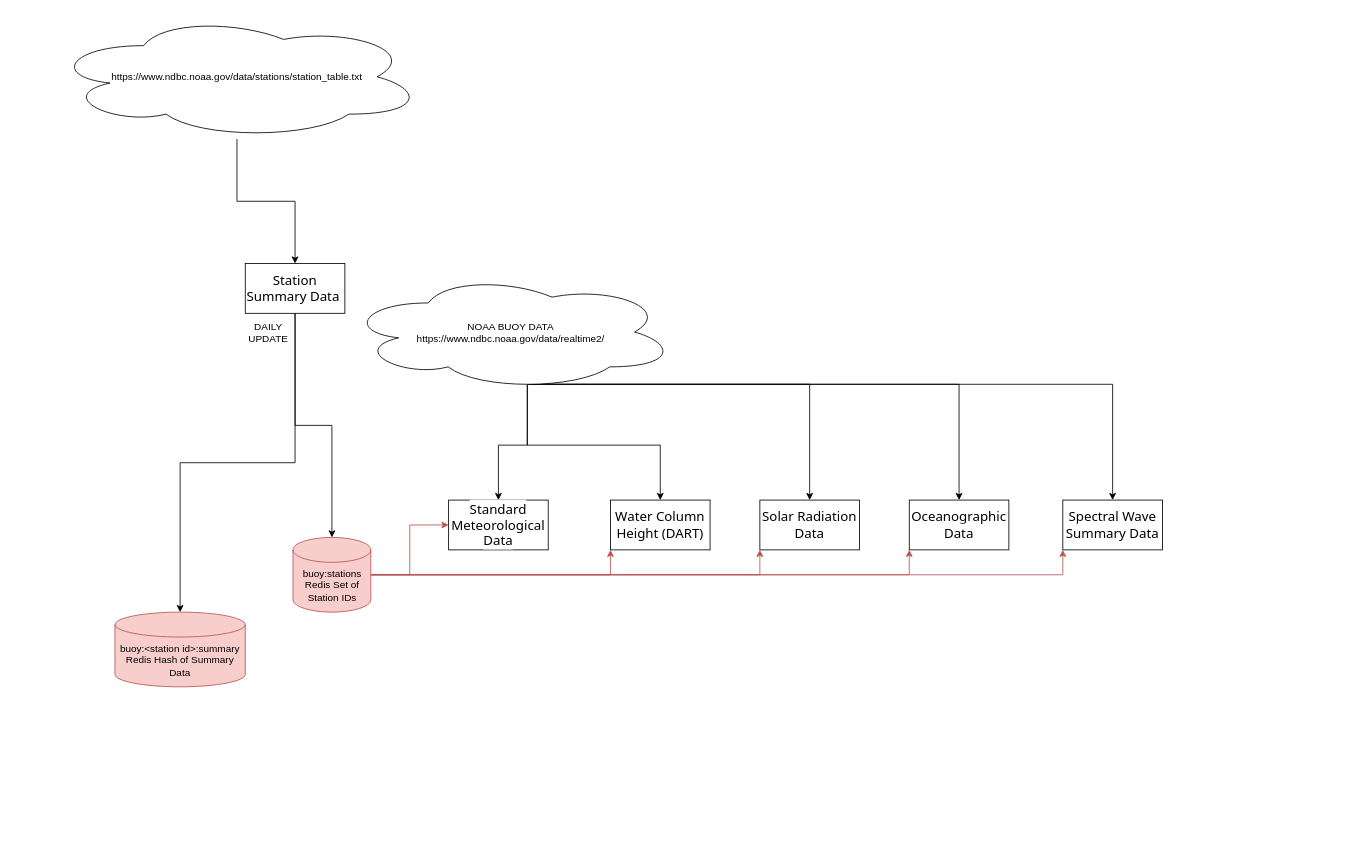
Above: buoy-thoughts.drawio in DevinMB/world-of-buoys-backend-producers (draw.io), before the change. Source tidied: cells renumbered, new cells numbered last; positions are measured from the earlier drawing's top-left corner, leaving out a move shared by most shapes. Both pictures are drawn from the tidied source at 83%, with x=0, y=0 at pixel (50, 14).
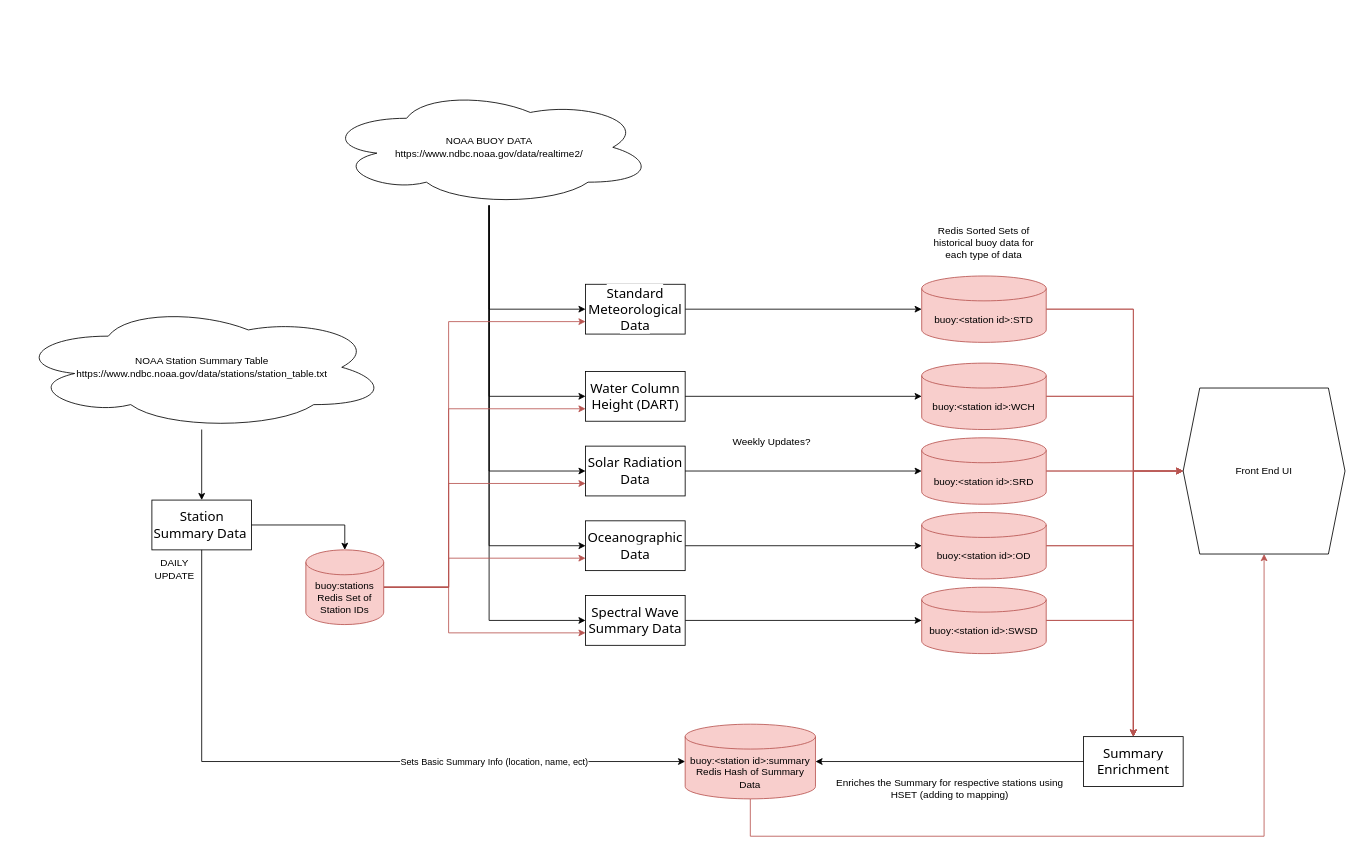
Above is the later version.

The edit, as a diff of the source:
```diff
@@
-    <mxCell id="2" style="edgeStyle=orthogonalEdgeStyle;rounded=0;jettySize=auto;html=1;exitX=0.55;exitY=0.95;exitDx=0;exitDy=0;exitPerimeter=0;" parent="1" edge="1" source="7" target="8">
+    <mxCell id="2" style="edgeStyle=orthogonalEdgeStyle;rounded=0;jettySize=auto;html=1;entryX=0;entryY=0.5;entryDx=0;entryDy=0;" parent="1" edge="1" source="7" target="8">
       <mxGeometry relative="1" as="geometry" />
     </mxCell>
-    <mxCell id="3" style="edgeStyle=orthogonalEdgeStyle;rounded=0;jettySize=auto;html=1;entryX=0.5;entryY=0;entryDx=0;entryDy=0;exitX=0.55;exitY=0.95;exitDx=0;exitDy=0;exitPerimeter=0;" parent="1" edge="1" source="7" target="9">
+    <mxCell id="3" style="edgeStyle=orthogonalEdgeStyle;rounded=0;jettySize=auto;html=1;entryX=0;entryY=0.5;entryDx=0;entryDy=0;" parent="1" edge="1" source="7" target="9">
       <mxGeometry relative="1" as="geometry" />
     </mxCell>
-    <mxCell id="4" style="edgeStyle=orthogonalEdgeStyle;rounded=0;jettySize=auto;html=1;entryX=0.5;entryY=0;entryDx=0;entryDy=0;exitX=0.55;exitY=0.95;exitDx=0;exitDy=0;exitPerimeter=0;" parent="1" edge="1" source="7" target="10">
+    <mxCell id="4" style="edgeStyle=orthogonalEdgeStyle;rounded=0;jettySize=auto;html=1;entryX=0;entryY=0.5;entryDx=0;entryDy=0;" parent="1" edge="1" source="7" target="10">
       <mxGeometry relative="1" as="geometry" />
     </mxCell>
-    <mxCell id="5" style="edgeStyle=orthogonalEdgeStyle;rounded=0;jettySize=auto;html=1;entryX=0.5;entryY=0;entryDx=0;entryDy=0;exitX=0.55;exitY=0.95;exitDx=0;exitDy=0;exitPerimeter=0;" parent="1" edge="1" source="7" target="11">
+    <mxCell id="5" style="edgeStyle=orthogonalEdgeStyle;rounded=0;jettySize=auto;html=1;entryX=0;entryY=0.5;entryDx=0;entryDy=0;" parent="1" edge="1" source="7" target="11">
       <mxGeometry relative="1" as="geometry" />
     </mxCell>
-    <mxCell id="6" style="edgeStyle=orthogonalEdgeStyle;rounded=0;jettySize=auto;html=1;entryX=0.5;entryY=0;entryDx=0;entryDy=0;exitX=0.55;exitY=0.95;exitDx=0;exitDy=0;exitPerimeter=0;" parent="1" edge="1" source="7" target="12">
+    <mxCell id="6" style="edgeStyle=orthogonalEdgeStyle;rounded=0;jettySize=auto;html=1;entryX=0;entryY=0.5;entryDx=0;entryDy=0;" parent="1" edge="1" source="7" target="12">
       <mxGeometry relative="1" as="geometry" />
     </mxCell>
     <mxCell id="7" value="NOAA BUOY DATA&lt;div&gt;https://www.ndbc.noaa.gov/data/realtime2/&lt;br&gt;&lt;/div&gt;" style="ellipse;shape=cloud;whiteSpace=wrap;html=1;" parent="1" vertex="1">
-      <mxGeometry x="356.2" y="312.5" width="397.5" height="140" as="geometry" />
+      <mxGeometry x="330" y="90" width="397.5" height="140" as="geometry" />
     </mxCell>
+    <mxCell id="26" style="edgeStyle=orthogonalEdgeStyle;rounded=0;jettySize=auto;html=1;" parent="1" edge="1" source="8" target="32">
+      <mxGeometry relative="1" as="geometry" />
+    </mxCell>
     <mxCell id="8" value="&lt;span style=&quot;font-family: system-ui, sans-serif; font-size: 16px; text-align: start; background-color: rgb(255, 255, 255);&quot;&gt;Standard Meteorological Data&lt;/span&gt;" style="rounded=0;whiteSpace=wrap;html=1;" parent="1" vertex="1">
-      <mxGeometry x="480" y="585" width="120" height="60" as="geometry" />
+      <mxGeometry x="645" y="325" width="120" height="60" as="geometry" />
     </mxCell>
     <mxCell id="9" value="&lt;span style=&quot;font-family: system-ui, sans-serif; font-size: 16px; text-align: start; background-color: rgb(255, 255, 255);&quot;&gt;Water Column Height (DART)&lt;/span&gt;" style="rounded=0;whiteSpace=wrap;html=1;" parent="1" vertex="1">
-      <mxGeometry x="675" y="585" width="120" height="60" as="geometry" />
+      <mxGeometry x="645" y="430" width="120" height="60" as="geometry" />
     </mxCell>
     <mxCell id="10" value="&lt;span style=&quot;font-family: system-ui, sans-serif; font-size: 16px; text-align: start; background-color: rgb(255, 255, 255);&quot;&gt;Solar Radiation Data&lt;/span&gt;" style="rounded=0;whiteSpace=wrap;html=1;" parent="1" vertex="1">
-      <mxGeometry x="855" y="585" width="120" height="60" as="geometry" />
+      <mxGeometry x="645" y="520" width="120" height="60" as="geometry" />
     </mxCell>
+    <mxCell id="27" style="edgeStyle=orthogonalEdgeStyle;rounded=0;jettySize=auto;html=1;" parent="1" edge="1" source="11" target="38">
+      <mxGeometry relative="1" as="geometry" />
+    </mxCell>
     <mxCell id="11" value="&lt;span style=&quot;font-family: system-ui, sans-serif; font-size: 16px; text-align: start; background-color: rgb(255, 255, 255);&quot;&gt;Oceanographic Data&lt;/span&gt;" style="rounded=0;whiteSpace=wrap;html=1;" parent="1" vertex="1">
-      <mxGeometry x="1035" y="585" width="120" height="60" as="geometry" />
+      <mxGeometry x="645" y="610" width="120" height="60" as="geometry" />
     </mxCell>
-    <mxCell id="12" value="&lt;span style=&quot;font-family: system-ui, sans-serif; font-size: 16px; text-align: start; background-color: rgb(255, 255, 255);&quot;&gt;Spectral Wave Summary Data&lt;/span&gt;" style="rounded=0;whiteSpace=wrap;html=1;" parent="1" vertex="1">
-      <mxGeometry x="1220" y="585" width="120" height="60" as="geometry" />
-    </mxCell>
+    <mxCell id="28" style="edgeStyle=orthogonalEdgeStyle;rounded=0;jettySize=auto;html=1;entryX=0;entryY=0.5;entryDx=0;entryDy=0;entryPerimeter=0;" parent="1" edge="1" source="12" target="35">
+      <mxGeometry relative="1" as="geometry" />
+    </mxCell>
     <mxCell id="13" value="&lt;span style=&quot;font-family: system-ui, sans-serif; font-size: 16px; text-align: start; background-color: rgb(255, 255, 255);&quot;&gt;Station Summary Data&amp;nbsp;&lt;/span&gt;" style="rounded=0;whiteSpace=wrap;html=1;" parent="1" vertex="1">
-      <mxGeometry x="235" y="300" width="120" height="60" as="geometry" />
+      <mxGeometry x="122.5" y="585" width="120" height="60" as="geometry" />
     </mxCell>
+    <mxCell id="17" style="edgeStyle=orthogonalEdgeStyle;rounded=0;jettySize=auto;html=1;entryX=0;entryY=0.75;entryDx=0;entryDy=0;exitX=1;exitY=0.5;exitDx=0;exitDy=0;exitPerimeter=0;fillColor=#f8cecc;strokeColor=#b85450;" parent="1" edge="1" source="19" target="11">
+      <mxGeometry relative="1" as="geometry">
+        <Array as="points">
+          <mxPoint x="480" y="690" />
+          <mxPoint x="480" y="655" />
+        </Array>
+      </mxGeometry>
+    </mxCell>
+    <mxCell id="16" style="edgeStyle=orthogonalEdgeStyle;rounded=0;jettySize=auto;html=1;entryX=0;entryY=0.75;entryDx=0;entryDy=0;fillColor=#f8cecc;strokeColor=#b85450;" parent="1" edge="1" source="19" target="10">
+      <mxGeometry relative="1" as="geometry">
+        <Array as="points">
+          <mxPoint x="480" y="690" />
+          <mxPoint x="480" y="565" />
+        </Array>
+      </mxGeometry>
+    </mxCell>
+    <mxCell id="15" style="edgeStyle=orthogonalEdgeStyle;rounded=0;jettySize=auto;html=1;entryX=0;entryY=0.75;entryDx=0;entryDy=0;fillColor=#f8cecc;strokeColor=#b85450;" parent="1" edge="1" source="19" target="9">
+      <mxGeometry relative="1" as="geometry">
+        <Array as="points">
+          <mxPoint x="480" y="690" />
+          <mxPoint x="480" y="475" />
+        </Array>
+      </mxGeometry>
+    </mxCell>
-    <mxCell id="14" style="edgeStyle=orthogonalEdgeStyle;rounded=0;jettySize=auto;html=1;entryX=0;entryY=0.5;entryDx=0;entryDy=0;fillColor=#f8cecc;strokeColor=#b85450;" parent="1" edge="1" source="19" target="8">
-      <mxGeometry relative="1" as="geometry" />
+    <mxCell id="14" style="edgeStyle=orthogonalEdgeStyle;rounded=0;jettySize=auto;html=1;entryX=0;entryY=0.75;entryDx=0;entryDy=0;fillColor=#f8cecc;strokeColor=#b85450;" parent="1" edge="1" source="19" target="8">
+      <mxGeometry relative="1" as="geometry">
+        <Array as="points">
+          <mxPoint x="480" y="690" />
+          <mxPoint x="480" y="370" />
+        </Array>
+      </mxGeometry>
     </mxCell>
-    <mxCell id="15" style="edgeStyle=orthogonalEdgeStyle;rounded=0;jettySize=auto;html=1;entryX=0;entryY=1;entryDx=0;entryDy=0;fillColor=#f8cecc;strokeColor=#b85450;" parent="1" edge="1" source="19" target="9">
-      <mxGeometry relative="1" as="geometry" />
-    </mxCell>
-    <mxCell id="16" style="edgeStyle=orthogonalEdgeStyle;rounded=0;jettySize=auto;html=1;entryX=0;entryY=1;entryDx=0;entryDy=0;fillColor=#f8cecc;strokeColor=#b85450;" parent="1" edge="1" source="19" target="10">
-      <mxGeometry relative="1" as="geometry" />
-    </mxCell>
-    <mxCell id="17" style="edgeStyle=orthogonalEdgeStyle;rounded=0;jettySize=auto;html=1;entryX=0;entryY=1;entryDx=0;entryDy=0;fillColor=#f8cecc;strokeColor=#b85450;" parent="1" edge="1" source="19" target="11">
-      <mxGeometry relative="1" as="geometry" />
-    </mxCell>
-    <mxCell id="18" style="edgeStyle=orthogonalEdgeStyle;rounded=0;jettySize=auto;html=1;entryX=0;entryY=1;entryDx=0;entryDy=0;fillColor=#f8cecc;strokeColor=#b85450;" parent="1" edge="1" source="19" target="12">
-      <mxGeometry relative="1" as="geometry" />
+    <mxCell id="18" style="edgeStyle=orthogonalEdgeStyle;rounded=0;jettySize=auto;html=1;entryX=0;entryY=0.75;entryDx=0;entryDy=0;fillColor=#f8cecc;strokeColor=#b85450;" parent="1" edge="1" source="19" target="12">
+      <mxGeometry relative="1" as="geometry">
+        <Array as="points">
+          <mxPoint x="480" y="690" />
+          <mxPoint x="480" y="745" />
+        </Array>
+      </mxGeometry>
     </mxCell>
     <mxCell id="19" value="buoy:stations&lt;div&gt;Redis Set of Station IDs&lt;/div&gt;" style="shape=cylinder3;whiteSpace=wrap;html=1;boundedLbl=1;backgroundOutline=1;size=15;fillColor=#f8cecc;strokeColor=#b85450;" parent="1" vertex="1">
-      <mxGeometry x="292.5" y="630" width="93.8" height="90" as="geometry" />
+      <mxGeometry x="308" y="645" width="93.8" height="90" as="geometry" />
     </mxCell>
@@
-    <mxCell id="22" value="https://www.ndbc.noaa.gov/data/stations/station_table.txt" style="ellipse;shape=cloud;whiteSpace=wrap;html=1;" parent="1" vertex="1">
-      <mxGeometry width="450" height="150" as="geometry" />
+    <mxCell id="22" value="NOAA Station Summary Table&lt;br&gt;https://www.ndbc.noaa.gov/data/stations/station_table.txt" style="ellipse;shape=cloud;whiteSpace=wrap;html=1;" parent="1" vertex="1">
+      <mxGeometry x="-42.5" y="350" width="450" height="150" as="geometry" />
     </mxCell>
     <mxCell id="23" value="DAILY UPDATE" style="text;html=1;align=center;verticalAlign=middle;whiteSpace=wrap;rounded=0;" parent="1" vertex="1">
-      <mxGeometry x="232.5" y="360" width="60" height="45" as="geometry" />
+      <mxGeometry x="120" y="645" width="60" height="45" as="geometry" />
     </mxCell>
+    <mxCell id="29" style="edgeStyle=orthogonalEdgeStyle;rounded=0;jettySize=auto;html=1;entryX=0.5;entryY=1;entryDx=0;entryDy=0;fillColor=#f8cecc;strokeColor=#b85450;" parent="1" edge="1" source="24" target="52">
+      <mxGeometry relative="1" as="geometry">
+        <Array as="points">
+          <mxPoint x="844" y="990" />
+          <mxPoint x="1463" y="990" />
+        </Array>
+      </mxGeometry>
+    </mxCell>
     <mxCell id="24" value="buoy:&amp;lt;station id&amp;gt;:summary&lt;div&gt;Redis Hash of Summary Data&lt;/div&gt;" style="shape=cylinder3;whiteSpace=wrap;html=1;boundedLbl=1;backgroundOutline=1;size=15;fillColor=#f8cecc;strokeColor=#b85450;" parent="1" vertex="1">
-      <mxGeometry x="78" y="720" width="157" height="90" as="geometry" />
+      <mxGeometry x="765" y="855" width="157" height="90" as="geometry" />
     </mxCell>
+    <mxCell id="30" style="edgeStyle=orthogonalEdgeStyle;rounded=0;jettySize=auto;html=1;fillColor=#f8cecc;strokeColor=#b85450;" parent="1" edge="1" source="32" target="50">
+      <mxGeometry relative="1" as="geometry" />
+    </mxCell>
+    <mxCell id="31" style="edgeStyle=orthogonalEdgeStyle;rounded=0;jettySize=auto;html=1;entryX=0;entryY=0.5;entryDx=0;entryDy=0;fillColor=#f8cecc;strokeColor=#b85450;" parent="1" edge="1" source="32" target="52">
+      <mxGeometry relative="1" as="geometry">
+        <Array as="points">
+          <mxPoint x="1305" y="355" />
+          <mxPoint x="1305" y="550" />
+        </Array>
+      </mxGeometry>
+    </mxCell>
+    <mxCell id="32" value="buoy:&amp;lt;station id&amp;gt;:STD" style="shape=cylinder3;whiteSpace=wrap;html=1;boundedLbl=1;backgroundOutline=1;size=15;fillColor=#f8cecc;strokeColor=#b85450;" parent="1" vertex="1">
+      <mxGeometry x="1050" y="315" width="150" height="80" as="geometry" />
+    </mxCell>
+    <mxCell id="33" style="edgeStyle=orthogonalEdgeStyle;rounded=0;jettySize=auto;html=1;entryX=0.5;entryY=0;entryDx=0;entryDy=0;fillColor=#f8cecc;strokeColor=#b85450;" parent="1" edge="1" source="35" target="50">
+      <mxGeometry relative="1" as="geometry" />
+    </mxCell>
+    <mxCell id="34" style="edgeStyle=orthogonalEdgeStyle;rounded=0;jettySize=auto;html=1;entryX=0;entryY=0.5;entryDx=0;entryDy=0;fillColor=#f8cecc;strokeColor=#b85450;" parent="1" edge="1" source="35" target="52">
+      <mxGeometry relative="1" as="geometry">
+        <Array as="points">
+          <mxPoint x="1305" y="730" />
+          <mxPoint x="1305" y="550" />
+        </Array>
+      </mxGeometry>
+    </mxCell>
+    <mxCell id="35" value="&lt;span style=&quot;color: rgb(0, 0, 0); font-family: Helvetica; font-size: 12px; font-style: normal; font-variant-ligatures: normal; font-variant-caps: normal; font-weight: 400; letter-spacing: normal; orphans: 2; text-align: center; text-indent: 0px; text-transform: none; widows: 2; word-spacing: 0px; -webkit-text-stroke-width: 0px; white-space: normal; text-decoration-thickness: initial; text-decoration-style: initial; text-decoration-color: initial; float: none; display: inline !important;&quot;&gt;buoy:&amp;lt;station id&amp;gt;:SWSD&lt;/span&gt;" style="shape=cylinder3;whiteSpace=wrap;html=1;boundedLbl=1;backgroundOutline=1;size=15;fillColor=#f8cecc;strokeColor=#b85450;" parent="1" vertex="1">
+      <mxGeometry x="1050" y="690" width="150" height="80" as="geometry" />
+    </mxCell>
+    <mxCell id="36" style="edgeStyle=orthogonalEdgeStyle;rounded=0;jettySize=auto;html=1;fillColor=#f8cecc;strokeColor=#b85450;entryX=0.5;entryY=0;entryDx=0;entryDy=0;" parent="1" edge="1" source="38" target="50">
+      <mxGeometry relative="1" as="geometry" />
+    </mxCell>
+    <mxCell id="37" style="edgeStyle=orthogonalEdgeStyle;rounded=0;jettySize=auto;html=1;entryX=0;entryY=0.5;entryDx=0;entryDy=0;fillColor=#f8cecc;strokeColor=#b85450;" parent="1" edge="1" source="38" target="52">
+      <mxGeometry relative="1" as="geometry">
+        <Array as="points">
+          <mxPoint x="1305" y="640" />
+          <mxPoint x="1305" y="550" />
+        </Array>
+      </mxGeometry>
+    </mxCell>
+    <mxCell id="38" value="&lt;span style=&quot;color: rgb(0, 0, 0); font-family: Helvetica; font-size: 12px; font-style: normal; font-variant-ligatures: normal; font-variant-caps: normal; font-weight: 400; letter-spacing: normal; orphans: 2; text-align: center; text-indent: 0px; text-transform: none; widows: 2; word-spacing: 0px; -webkit-text-stroke-width: 0px; white-space: normal; text-decoration-thickness: initial; text-decoration-style: initial; text-decoration-color: initial; float: none; display: inline !important;&quot;&gt;buoy:&amp;lt;station id&amp;gt;:OD&lt;/span&gt;" style="shape=cylinder3;whiteSpace=wrap;html=1;boundedLbl=1;backgroundOutline=1;size=15;fillColor=#f8cecc;strokeColor=#b85450;" parent="1" vertex="1">
+      <mxGeometry x="1050" y="600" width="150" height="80" as="geometry" />
+    </mxCell>
+    <mxCell id="39" style="edgeStyle=orthogonalEdgeStyle;rounded=0;jettySize=auto;html=1;entryX=0.5;entryY=0;entryDx=0;entryDy=0;fillColor=#f8cecc;strokeColor=#b85450;" parent="1" edge="1" source="41" target="50">
+      <mxGeometry relative="1" as="geometry" />
+    </mxCell>
+    <mxCell id="40" style="edgeStyle=orthogonalEdgeStyle;rounded=0;jettySize=auto;html=1;entryX=0;entryY=0.5;entryDx=0;entryDy=0;fillColor=#f8cecc;strokeColor=#b85450;" parent="1" edge="1" source="41" target="52">
+      <mxGeometry relative="1" as="geometry" />
+    </mxCell>
+    <mxCell id="41" value="&lt;span style=&quot;color: rgb(0, 0, 0); font-family: Helvetica; font-size: 12px; font-style: normal; font-variant-ligatures: normal; font-variant-caps: normal; font-weight: 400; letter-spacing: normal; orphans: 2; text-align: center; text-indent: 0px; text-transform: none; widows: 2; word-spacing: 0px; -webkit-text-stroke-width: 0px; white-space: normal; text-decoration-thickness: initial; text-decoration-style: initial; text-decoration-color: initial; float: none; display: inline !important;&quot;&gt;buoy:&amp;lt;station id&amp;gt;:SRD&lt;/span&gt;" style="shape=cylinder3;whiteSpace=wrap;html=1;boundedLbl=1;backgroundOutline=1;size=15;fillColor=#f8cecc;strokeColor=#b85450;" parent="1" vertex="1">
+      <mxGeometry x="1050" y="510" width="150" height="80" as="geometry" />
+    </mxCell>
+    <mxCell id="42" style="edgeStyle=orthogonalEdgeStyle;rounded=0;jettySize=auto;html=1;entryX=0.5;entryY=0;entryDx=0;entryDy=0;fillColor=#f8cecc;strokeColor=#b85450;" parent="1" edge="1" source="44" target="50">
+      <mxGeometry relative="1" as="geometry" />
+    </mxCell>
+    <mxCell id="43" style="edgeStyle=orthogonalEdgeStyle;rounded=0;jettySize=auto;html=1;fillColor=#f8cecc;strokeColor=#b85450;" parent="1" edge="1" source="44" target="52">
+      <mxGeometry relative="1" as="geometry">
+        <Array as="points">
+          <mxPoint x="1305" y="460" />
+          <mxPoint x="1305" y="550" />
+        </Array>
+      </mxGeometry>
+    </mxCell>
+    <mxCell id="44" value="&lt;span style=&quot;color: rgb(0, 0, 0); font-family: Helvetica; font-size: 12px; font-style: normal; font-variant-ligatures: normal; font-variant-caps: normal; font-weight: 400; letter-spacing: normal; orphans: 2; text-align: center; text-indent: 0px; text-transform: none; widows: 2; word-spacing: 0px; -webkit-text-stroke-width: 0px; white-space: normal; text-decoration-thickness: initial; text-decoration-style: initial; text-decoration-color: initial; float: none; display: inline !important;&quot;&gt;buoy:&amp;lt;station id&amp;gt;:WCH&lt;/span&gt;" style="shape=cylinder3;whiteSpace=wrap;html=1;boundedLbl=1;backgroundOutline=1;size=15;fillColor=#f8cecc;strokeColor=#b85450;" parent="1" vertex="1">
+      <mxGeometry x="1050" y="420" width="150" height="80" as="geometry" />
+    </mxCell>
+    <mxCell id="12" value="&lt;span style=&quot;font-family: system-ui, sans-serif; font-size: 16px; text-align: start; background-color: rgb(255, 255, 255);&quot;&gt;Spectral Wave Summary Data&lt;/span&gt;" style="rounded=0;whiteSpace=wrap;html=1;" parent="1" vertex="1">
+      <mxGeometry x="645" y="700" width="120" height="60" as="geometry" />
+    </mxCell>
+    <mxCell id="45" style="edgeStyle=orthogonalEdgeStyle;rounded=0;jettySize=auto;html=1;entryX=0;entryY=0.5;entryDx=0;entryDy=0;entryPerimeter=0;" parent="1" edge="1" source="10" target="41">
+      <mxGeometry relative="1" as="geometry" />
+    </mxCell>
+    <mxCell id="46" style="edgeStyle=orthogonalEdgeStyle;rounded=0;jettySize=auto;html=1;entryX=0;entryY=0.5;entryDx=0;entryDy=0;entryPerimeter=0;" parent="1" edge="1" source="9" target="44">
+      <mxGeometry relative="1" as="geometry" />
+    </mxCell>
-    <mxCell id="25" style="edgeStyle=orthogonalEdgeStyle;rounded=0;jettySize=auto;html=1;entryX=0.5;entryY=0;entryDx=0;entryDy=0;entryPerimeter=0;" parent="1" edge="1" source="13" target="24">
-      <mxGeometry relative="1" as="geometry" />
+    <mxCell id="25" style="edgeStyle=orthogonalEdgeStyle;rounded=0;jettySize=auto;html=1;entryX=0;entryY=0.5;entryDx=0;entryDy=0;entryPerimeter=0;" parent="1" edge="1" source="13" target="24">
+      <mxGeometry relative="1" as="geometry">
+        <Array as="points">
+          <mxPoint x="183" y="900" />
+        </Array>
+      </mxGeometry>
     </mxCell>
+    <mxCell id="47" value="Sets Basic Summary Info (location, name, ect)" style="edgeLabel;html=1;align=center;verticalAlign=middle;" parent="25" vertex="1">
+      <mxGeometry x="0.45" relative="1" as="geometry" />
+    </mxCell>
+    <mxCell id="48" value="&lt;div&gt;&lt;span style=&quot;background-color: initial;&quot;&gt;Enriches the Summary for respective stations using HSET (adding to mapping)&lt;/span&gt;&lt;br&gt;&lt;/div&gt;" style="text;html=1;align=center;verticalAlign=middle;whiteSpace=wrap;rounded=0;" parent="1" vertex="1">
+      <mxGeometry x="945" y="900" width="278" height="65" as="geometry" />
+    </mxCell>
+    <mxCell id="49" value="Redis Sorted Sets of historical buoy data for each type of data" style="text;html=1;align=center;verticalAlign=middle;whiteSpace=wrap;rounded=0;" parent="1" vertex="1">
+      <mxGeometry x="1050" y="180" width="150" height="190" as="geometry" />
+    </mxCell>
+    <mxCell id="50" value="&lt;span style=&quot;font-family: system-ui, sans-serif; font-size: 16px; text-align: start; background-color: rgb(255, 255, 255);&quot;&gt;Summary Enrichment&lt;/span&gt;" style="rounded=0;whiteSpace=wrap;html=1;" parent="1" vertex="1">
+      <mxGeometry x="1245" y="870" width="120" height="60" as="geometry" />
+    </mxCell>
+    <mxCell id="51" style="edgeStyle=orthogonalEdgeStyle;rounded=0;jettySize=auto;html=1;entryX=1;entryY=0.5;entryDx=0;entryDy=0;entryPerimeter=0;" parent="1" edge="1" source="50" target="24">
+      <mxGeometry relative="1" as="geometry" />
+    </mxCell>
+    <mxCell id="52" value="Front End UI" style="shape=hexagon;perimeter=hexagonPerimeter2;whiteSpace=wrap;html=1;fixedSize=1;" parent="1" vertex="1">
+      <mxGeometry x="1365" y="450" width="195" height="200" as="geometry" />
+    </mxCell>
+    <mxCell id="53" value="Weekly Updates?" style="text;html=1;align=center;verticalAlign=middle;whiteSpace=wrap;rounded=0;" parent="1" vertex="1">
+      <mxGeometry x="817" y="500" width="105" height="30" as="geometry" />
+    </mxCell>
```
